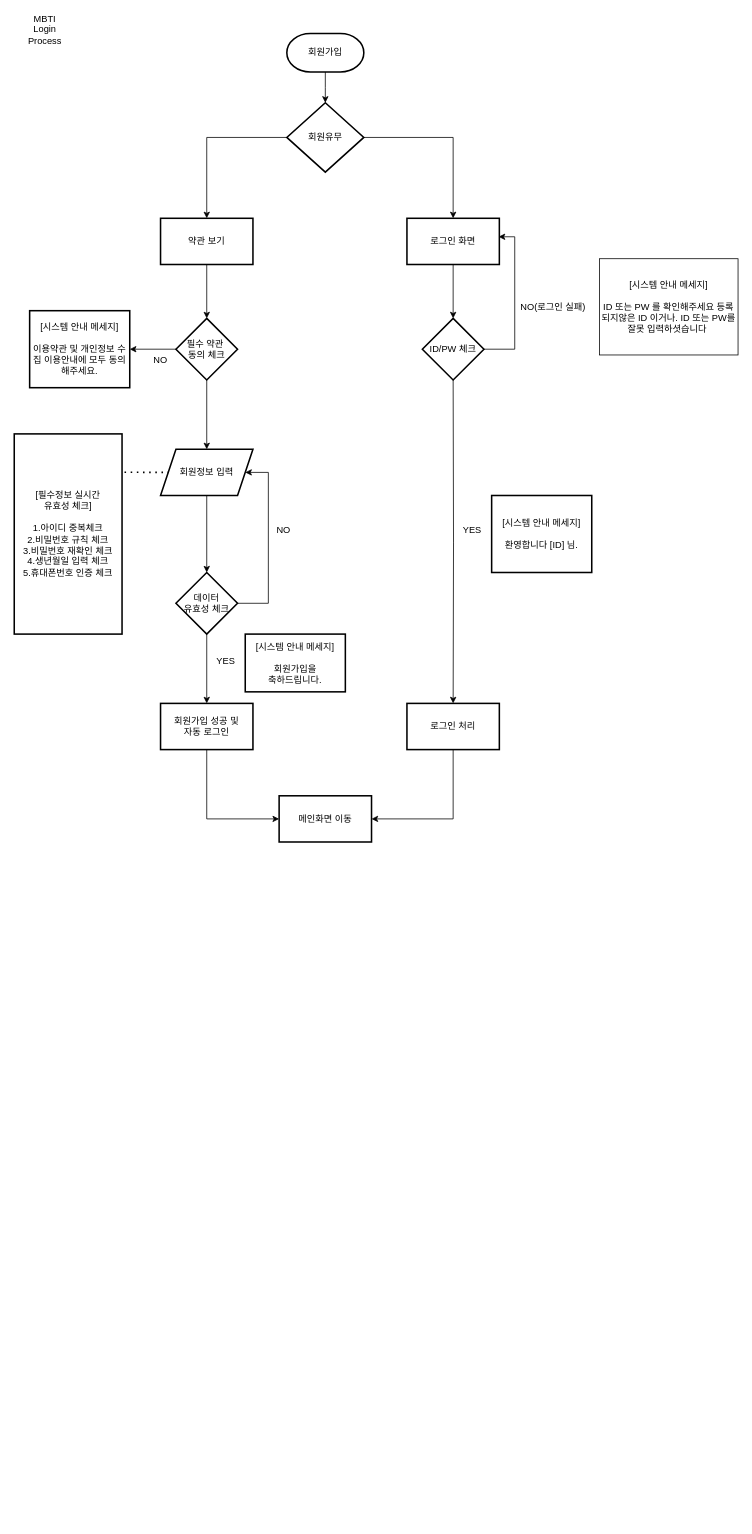
Before: 6조 flowchart.drawio in piepenie/CLASS, a draw.io diagram. Source tidied: cells renumbered, new cells numbered last; positions are measured from the earlier drawing's top-left corner, leaving out a move shared by most shapes. Both pictures are drawn from the tidied source at 77%, with x=0, y=0 at pixel (14, 18).
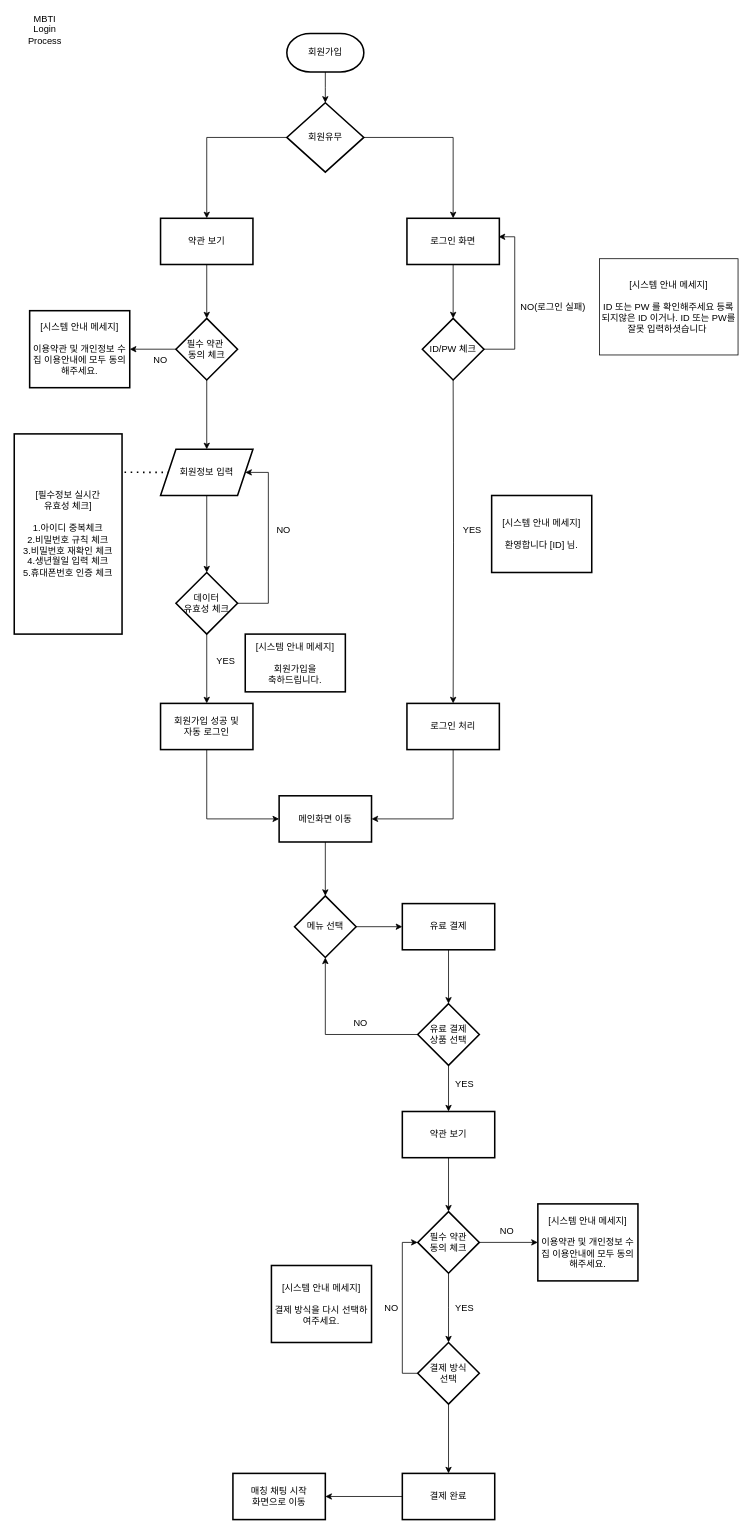
The same page after the edit.

Commit message (it also covers changes not shown here):
6조 flowchart.drawio 업데이트

Unchanged cells that the change refers to:
```xml
<mxCell id="31" value="메인화면 이동" style="whiteSpace=wrap;html=1;strokeWidth=2;" parent="1" vertex="1">
  <mxGeometry x="344" y="1010" width="120" height="60" as="geometry" />
</mxCell>
```

Diff of the diagram source:
```diff
@@
+    <mxCell id="40" style="edgeStyle=orthogonalEdgeStyle;rounded=0;jettySize=auto;html=1;" parent="1" edge="1" source="31" target="42">
+      <mxGeometry relative="1" as="geometry" />
+    </mxCell>
@@
+    <mxCell id="41" style="edgeStyle=orthogonalEdgeStyle;rounded=0;jettySize=auto;html=1;" parent="1" edge="1" source="42" target="44">
+      <mxGeometry relative="1" as="geometry" />
+    </mxCell>
+    <mxCell id="42" value="메뉴 선택" style="rhombus;whiteSpace=wrap;html=1;strokeWidth=2;" parent="1" vertex="1">
+      <mxGeometry x="364" y="1140" width="80" height="80" as="geometry" />
+    </mxCell>
+    <mxCell id="43" style="edgeStyle=orthogonalEdgeStyle;rounded=0;jettySize=auto;html=1;" parent="1" edge="1" source="44" target="49">
+      <mxGeometry relative="1" as="geometry" />
+    </mxCell>
+    <mxCell id="44" value="유료 결제" style="whiteSpace=wrap;html=1;strokeWidth=2;" parent="1" vertex="1">
+      <mxGeometry x="504" y="1150" width="120" height="60" as="geometry" />
+    </mxCell>
+    <mxCell id="45" style="edgeStyle=orthogonalEdgeStyle;rounded=0;jettySize=auto;html=1;" parent="1" edge="1" source="46" target="54">
+      <mxGeometry relative="1" as="geometry" />
+    </mxCell>
+    <mxCell id="46" value="약관 보기" style="whiteSpace=wrap;html=1;strokeWidth=2;" parent="1" vertex="1">
+      <mxGeometry x="504" y="1420" width="120" height="60" as="geometry" />
+    </mxCell>
+    <mxCell id="47" style="edgeStyle=orthogonalEdgeStyle;rounded=0;jettySize=auto;html=1;" parent="1" edge="1" source="49" target="46">
+      <mxGeometry relative="1" as="geometry" />
+    </mxCell>
+    <mxCell id="48" style="edgeStyle=orthogonalEdgeStyle;rounded=0;jettySize=auto;html=1;entryX=0.5;entryY=1;entryDx=0;entryDy=0;" parent="1" edge="1" source="49" target="42">
+      <mxGeometry relative="1" as="geometry" />
+    </mxCell>
+    <mxCell id="49" value="유료 결제&lt;br&gt;상품 선택" style="rhombus;whiteSpace=wrap;html=1;strokeWidth=2;" parent="1" vertex="1">
+      <mxGeometry x="524" y="1280" width="80" height="80" as="geometry" />
+    </mxCell>
+    <mxCell id="50" value="YES" style="text;html=1;strokeColor=none;fillColor=none;align=center;verticalAlign=middle;whiteSpace=wrap;rounded=0;" parent="1" vertex="1">
+      <mxGeometry x="560" y="1370" width="50" height="30" as="geometry" />
+    </mxCell>
+    <mxCell id="51" value="NO" style="text;html=1;strokeColor=none;fillColor=none;align=center;verticalAlign=middle;whiteSpace=wrap;rounded=0;" parent="1" vertex="1">
+      <mxGeometry x="400" y="1290" width="100" height="30" as="geometry" />
+    </mxCell>
+    <mxCell id="52" style="edgeStyle=orthogonalEdgeStyle;rounded=0;jettySize=auto;html=1;" parent="1" edge="1" source="54" target="55">
+      <mxGeometry relative="1" as="geometry" />
+    </mxCell>
+    <mxCell id="53" style="edgeStyle=orthogonalEdgeStyle;rounded=0;jettySize=auto;html=1;" parent="1" edge="1" source="54">
+      <mxGeometry relative="1" as="geometry">
+        <mxPoint x="564" y="1720" as="targetPoint" />
+      </mxGeometry>
+    </mxCell>
+    <mxCell id="54" value="필수 약관&lt;br&gt;동의 체크" style="rhombus;whiteSpace=wrap;html=1;strokeWidth=2;" parent="1" vertex="1">
+      <mxGeometry x="524" y="1550" width="80" height="80" as="geometry" />
+    </mxCell>
+    <mxCell id="55" value="[시스템 안내 메세지]&lt;br&gt;&lt;br&gt;이용약관 및 개인정보 수집 이용안내에 모두 동의해주세요." style="whiteSpace=wrap;html=1;strokeWidth=2;" parent="1" vertex="1">
+      <mxGeometry x="680" y="1540" width="130" height="100" as="geometry" />
+    </mxCell>
+    <mxCell id="56" value="NO" style="text;html=1;strokeColor=none;fillColor=none;align=center;verticalAlign=middle;whiteSpace=wrap;rounded=0;" parent="1" vertex="1">
+      <mxGeometry x="590" y="1560" width="100" height="30" as="geometry" />
+    </mxCell>
+    <mxCell id="57" value="YES" style="text;html=1;strokeColor=none;fillColor=none;align=center;verticalAlign=middle;whiteSpace=wrap;rounded=0;" parent="1" vertex="1">
+      <mxGeometry x="560" y="1660" width="50" height="30" as="geometry" />
+    </mxCell>
+    <mxCell id="58" style="edgeStyle=orthogonalEdgeStyle;rounded=0;jettySize=auto;html=1;" parent="1" edge="1" source="60" target="62">
+      <mxGeometry relative="1" as="geometry" />
+    </mxCell>
+    <mxCell id="59" style="edgeStyle=orthogonalEdgeStyle;rounded=0;jettySize=auto;html=1;entryX=0;entryY=0.5;entryDx=0;entryDy=0;" parent="1" edge="1" source="60" target="54">
+      <mxGeometry relative="1" as="geometry">
+        <Array as="points">
+          <mxPoint x="504" y="1760" />
+          <mxPoint x="504" y="1590" />
+        </Array>
+      </mxGeometry>
+    </mxCell>
+    <mxCell id="60" value="결제 방식&lt;br&gt;선택" style="rhombus;whiteSpace=wrap;html=1;strokeWidth=2;" parent="1" vertex="1">
+      <mxGeometry x="524" y="1720" width="80" height="80" as="geometry" />
+    </mxCell>
+    <mxCell id="61" style="edgeStyle=orthogonalEdgeStyle;rounded=0;jettySize=auto;html=1;" parent="1" edge="1" source="62" target="65">
+      <mxGeometry relative="1" as="geometry" />
+    </mxCell>
+    <mxCell id="62" value="결제 완료" style="whiteSpace=wrap;html=1;strokeWidth=2;" parent="1" vertex="1">
+      <mxGeometry x="504" y="1890" width="120" height="60" as="geometry" />
+    </mxCell>
+    <mxCell id="63" value="NO" style="text;html=1;strokeColor=none;fillColor=none;align=center;verticalAlign=middle;whiteSpace=wrap;rounded=0;" parent="1" vertex="1">
+      <mxGeometry x="440" y="1660" width="100" height="30" as="geometry" />
+    </mxCell>
+    <mxCell id="64" value="[시스템 안내 메세지]&lt;br&gt;&lt;br&gt;결제 방식을 다시 선택하여주세요." style="whiteSpace=wrap;html=1;strokeWidth=2;" parent="1" vertex="1">
+      <mxGeometry x="334" y="1620" width="130" height="100" as="geometry" />
+    </mxCell>
+    <mxCell id="65" value="매칭 채팅 시작 &lt;br&gt;화면으로 이동" style="whiteSpace=wrap;html=1;strokeWidth=2;" parent="1" vertex="1">
+      <mxGeometry x="284" y="1890" width="120" height="60" as="geometry" />
+    </mxCell>
```
